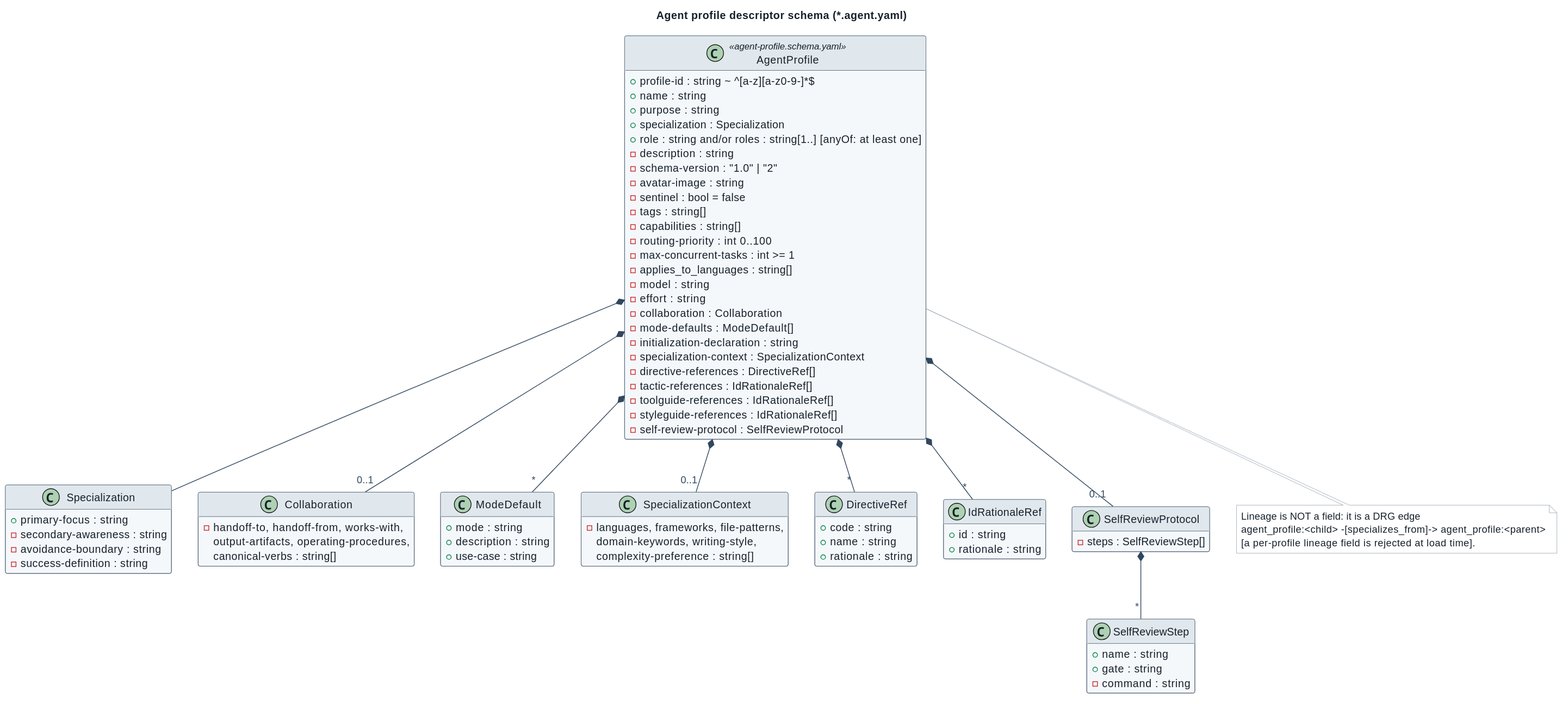
This is docs/architecture/diagrams/descriptor-agent-profile.svg from spec-kitty/spec-kitty-charter, a PlantUML export, as it was before one commit.
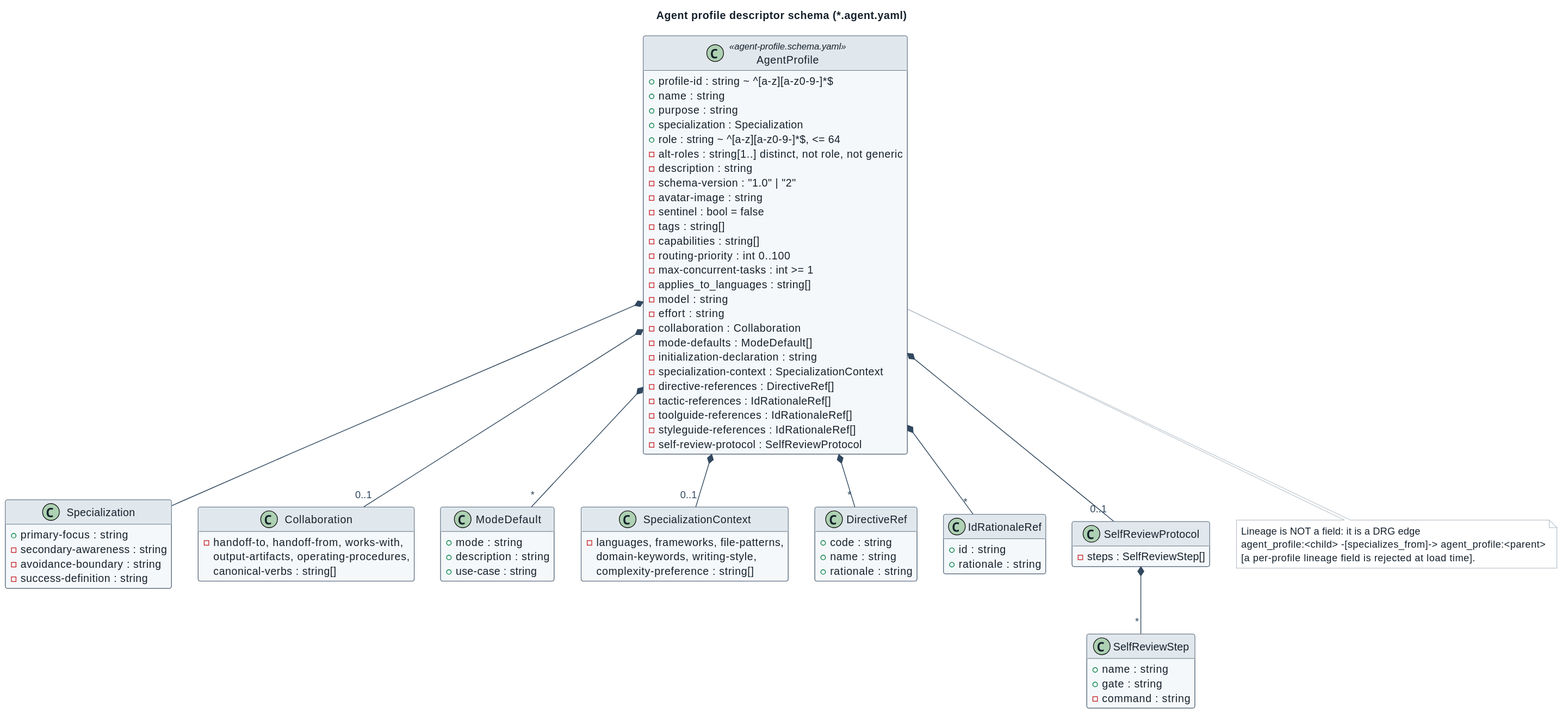
After the commit.

Commit message:
docs(landing): descriptor reference describes the canonical shapes

Diff of the diagram source:
```diff
@@ -7,7 +7,8 @@
   + name : string
   + purpose : string
   + specialization : Specialization
-  + role : string and/or roles : string[1..] [anyOf: at least one]
+  + role : string ~ ^[a-z][a-z0-9-]*$, <= 64
+  - alt-roles : string[1..] distinct, not role, not generic
   - description : string
   - schema-version : "1.0" | "2"
   - avatar-image : string
```
